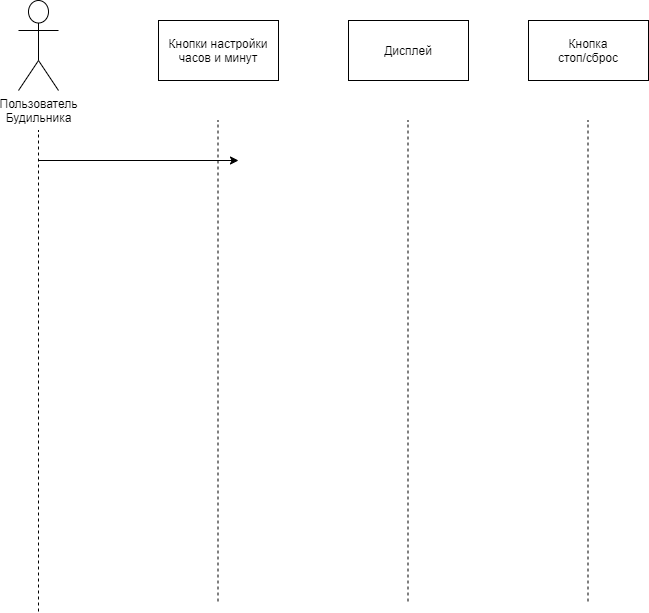
Earlier version of the draw.io export Диаграмма Последовательностей.png (krimberg/Alarm-clock). Source tidied: cells renumbered, new cells last; positions are measured from the earlier drawing's top-left corner, leaving out a move shared by most shapes.
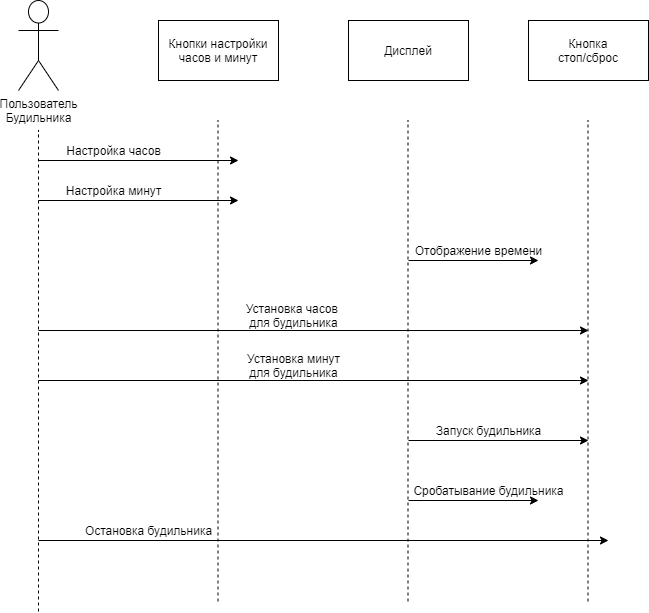
Later version of the same file.

What changed in the source:
```diff
@@ -44,5 +44,71 @@
         <mxPoint x="220" y="160" as="targetPoint" />
       </mxGeometry>
     </mxCell>
+    <mxCell id="11" value="Настройка часов" style="text;html=1;align=center;verticalAlign=middle;" parent="1" vertex="1">
+      <mxGeometry x="40" y="140" width="110" height="20" as="geometry" />
+    </mxCell>
+    <mxCell id="12" style="endArrow=classic;html=1;" parent="1" edge="1">
+      <mxGeometry relative="1" as="geometry">
+        <mxPoint x="20" y="200" as="sourcePoint" />
+        <mxPoint x="220" y="200" as="targetPoint" />
+      </mxGeometry>
+    </mxCell>
+    <mxCell id="13" value="Настройка минут" style="text;html=1;align=center;verticalAlign=middle;" parent="1" vertex="1">
+      <mxGeometry x="40" y="180" width="110" height="20" as="geometry" />
+    </mxCell>
+    <mxCell id="14" style="endArrow=classic;html=1;" parent="1" edge="1">
+      <mxGeometry relative="1" as="geometry">
+        <mxPoint x="390" y="260" as="sourcePoint" />
+        <mxPoint x="520" y="260" as="targetPoint" />
+      </mxGeometry>
+    </mxCell>
+    <mxCell id="15" value="Отображение времени" style="text;html=1;align=center;verticalAlign=middle;" parent="1" vertex="1">
+      <mxGeometry x="390" y="240" width="140" height="20" as="geometry" />
+    </mxCell>
+    <mxCell id="16" value="Установка часов&amp;nbsp;&lt;br&gt;для будильника&lt;br&gt;" style="text;html=1;align=center;verticalAlign=middle;" parent="1" vertex="1">
+      <mxGeometry x="220" y="300" width="110" height="30" as="geometry" />
+    </mxCell>
+    <mxCell id="17" value="Установка минут&lt;br&gt;для будильника" style="text;html=1;align=center;verticalAlign=middle;" parent="1" vertex="1">
+      <mxGeometry x="220" y="350" width="110" height="30" as="geometry" />
+    </mxCell>
+    <mxCell id="18" style="endArrow=classic;html=1;" parent="1" edge="1">
+      <mxGeometry relative="1" as="geometry">
+        <mxPoint x="20" y="330" as="sourcePoint" />
+        <mxPoint x="570" y="330" as="targetPoint" />
+      </mxGeometry>
+    </mxCell>
+    <mxCell id="19" style="endArrow=classic;html=1;" parent="1" edge="1">
+      <mxGeometry relative="1" as="geometry">
+        <mxPoint x="20" y="380" as="sourcePoint" />
+        <mxPoint x="570" y="380" as="targetPoint" />
+      </mxGeometry>
+    </mxCell>
+    <mxCell id="20" value="Запуск будильника" style="text;html=1;align=center;verticalAlign=middle;" parent="1" vertex="1">
+      <mxGeometry x="410" y="420" width="120" height="20" as="geometry" />
+    </mxCell>
+    <mxCell id="21" value="Сробатывание будильника" style="text;html=1;align=center;verticalAlign=middle;" parent="1" vertex="1">
+      <mxGeometry x="385" y="480" width="170" height="20" as="geometry" />
+    </mxCell>
+    <mxCell id="22" value="Остановка будильника" style="text;html=1;align=center;verticalAlign=middle;" parent="1" vertex="1">
+      <mxGeometry x="60" y="520" width="140" height="20" as="geometry" />
+    </mxCell>
+    <mxCell id="23" style="endArrow=classic;html=1;" parent="1" edge="1">
+      <mxGeometry relative="1" as="geometry">
+        <mxPoint x="20" y="540" as="sourcePoint" />
+        <mxPoint x="590" y="540" as="targetPoint" />
+      </mxGeometry>
+    </mxCell>
+    <mxCell id="24" style="endArrow=classic;html=1;" parent="1" edge="1">
+      <mxGeometry relative="1" as="geometry">
+        <mxPoint x="390" y="440" as="sourcePoint" />
+        <mxPoint x="570" y="440" as="targetPoint" />
+      </mxGeometry>
+    </mxCell>
+    <mxCell id="25" style="endArrow=classic;html=1;" parent="1" edge="1">
+      <mxGeometry relative="1" as="geometry">
+        <mxPoint x="390" y="500" as="sourcePoint" />
+        <mxPoint x="520" y="500" as="targetPoint" />
+      </mxGeometry>
+    </mxCell>
   </root>
 </mxGraphModel>
```
